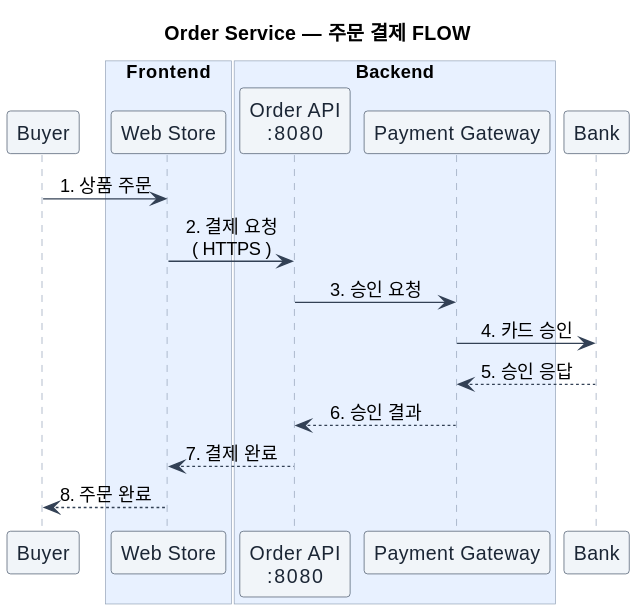
SeokRae/flowcast keeps this PlantUML diagram as docs/examples/puml/order-service-sequence.svg. Above is the earlier version. Its source is kept beside it as docs/examples/puml/order-service-sequence.puml. Its diagram source:
```plantuml
@startuml
skinparam backgroundColor #FFFFFF
skinparam sequenceMessageAlign center
skinparam sequence {
  ArrowColor #334155
  LifeLineBorderColor #94A3B8
  LifeLineBackgroundColor #FFFFFF
  ParticipantBackgroundColor #F1F5F9
  ParticipantBorderColor #475569
  ParticipantFontColor #1B2635
  ActorBackgroundColor #F1F5F9
  ActorBorderColor #475569
  BoxBackgroundColor #E8F1FF
  BoxBorderColor #94A3B8
}
skinparam noteBackgroundColor #FAF6EE
skinparam noteBorderColor #E0C998
title Order Service — 주문 결제 FLOW
participant "Buyer" as buyer
box "Frontend"
  participant "Web Store" as web
end box
box "Backend"
  participant "Order API\n:8080" as api
  participant "Payment Gateway" as pay
end box
participant "Bank" as bank

buyer -> web : 1. 상품 주문
web -> api : 2. 결제 요청\n( HTTPS )
api -> pay : 3. 승인 요청
pay -> bank : 4. 카드 승인
bank --> pay : 5. 승인 응답
pay --> api : 6. 승인 결과
api --> web : 7. 결제 완료
web --> buyer : 8. 주문 완료
@enduml
```
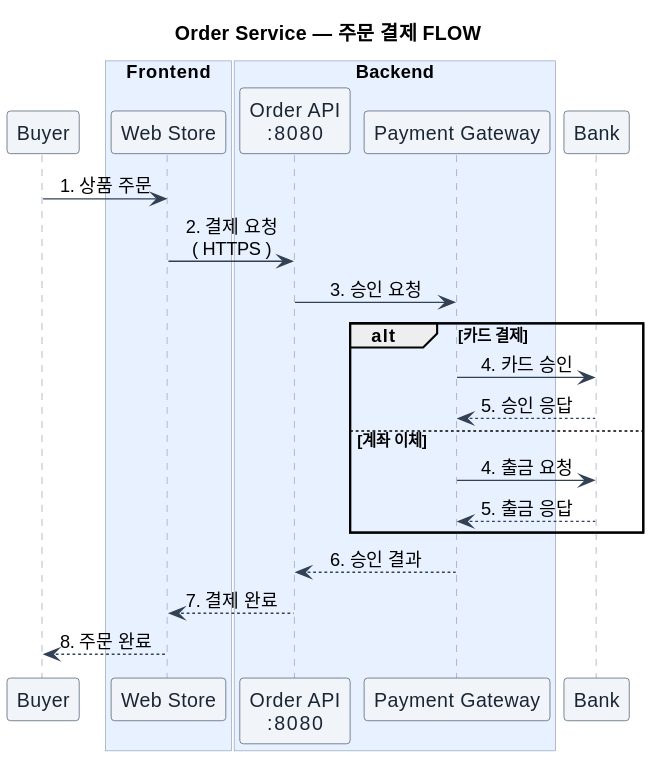
Later version of the same file.

Diff of the diagram source:
```diff
@@ -29,8 +29,13 @@
 buyer -> web : 1. 상품 주문
 web -> api : 2. 결제 요청\n( HTTPS )
 api -> pay : 3. 승인 요청
-pay -> bank : 4. 카드 승인
-bank --> pay : 5. 승인 응답
+alt 카드 결제
+  pay -> bank : 4. 카드 승인
+  bank --> pay : 5. 승인 응답
+else 계좌 이체
+  pay -> bank : 4. 출금 요청
+  bank --> pay : 5. 출금 응답
+end
 pay --> api : 6. 승인 결과
 api --> web : 7. 결제 완료
 web --> buyer : 8. 주문 완료
```
